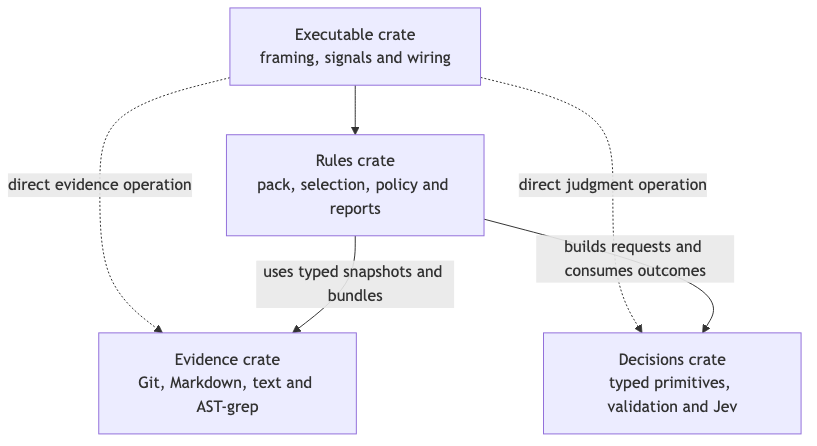
The Mermaid diagram docs/specs/2026-10-12-rust-rule-engine/assets/crate-dependencies.png in ShravanSunder/sunstack-tools, before a commit. Its source is kept beside it as docs/specs/2026-10-12-rust-rule-engine/assets/crate-dependencies.mmd. The source it was exported from:
```mermaid
flowchart TB
  C["Executable crate<br/>framing, signals and wiring"] --> R["Rules crate<br/>pack, selection, policy and reports"]
  C -.->|"direct evidence operation"| E["Evidence crate<br/>Git, Markdown, text and AST-grep"]
  C -.->|"direct judgment operation"| D["Decisions crate<br/>typed primitives, validation and Jev"]
  R -->|"uses typed snapshots and bundles"| E
  R -->|"builds requests and consumes outcomes"| D
```
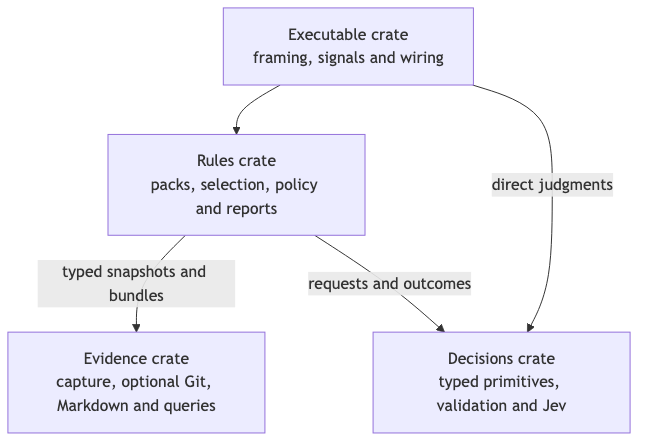
After the change.

What changed in the source:
```diff
@@ -1,6 +1,5 @@
 flowchart TB
-  C["Executable crate<br/>framing, signals and wiring"] --> R["Rules crate<br/>pack, selection, policy and reports"]
-  C -.->|"direct evidence operation"| E["Evidence crate<br/>Git, Markdown, text and AST-grep"]
-  C -.->|"direct judgment operation"| D["Decisions crate<br/>typed primitives, validation and Jev"]
-  R -->|"uses typed snapshots and bundles"| E
-  R -->|"builds requests and consumes outcomes"| D
+  C["Executable crate<br/>framing, signals and wiring"] --> R["Rules crate<br/>packs, selection, policy and reports"]
+  C -->|"direct judgments"| D["Decisions crate<br/>typed primitives, validation and Jev"]
+  R -->|"typed snapshots and bundles"| E["Evidence crate<br/>capture, optional Git, Markdown and queries"]
+  R -->|"requests and outcomes"| D
```
